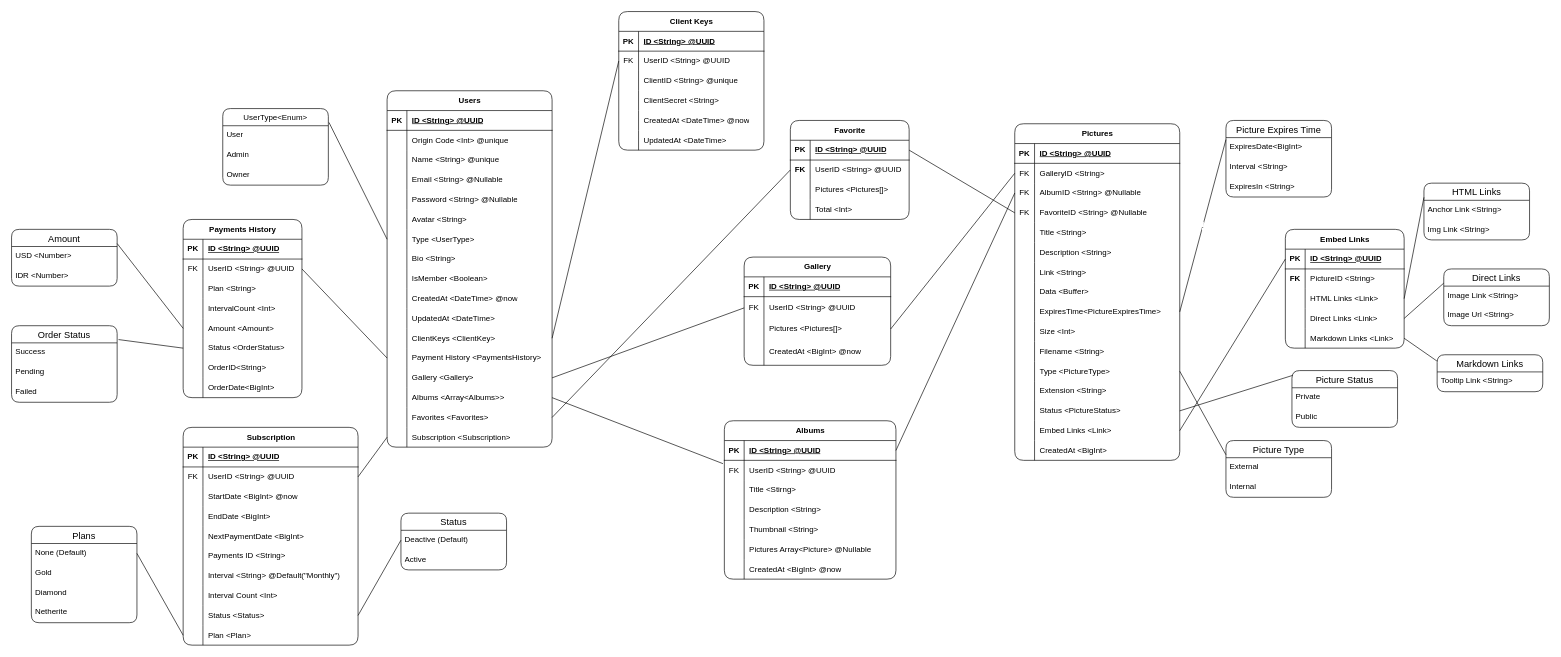
This is projects/models/v2/Pixelarium.drawio from Novanaa/Pixelarium, a draw.io file, before an edit. Source tidied: cells renumbered, new cells numbered last; positions are measured from the earlier drawing's top-left corner, leaving out a move shared by most shapes. Both pictures are drawn from the tidied source at 66%, with x=0, y=0 at pixel (11, 11).
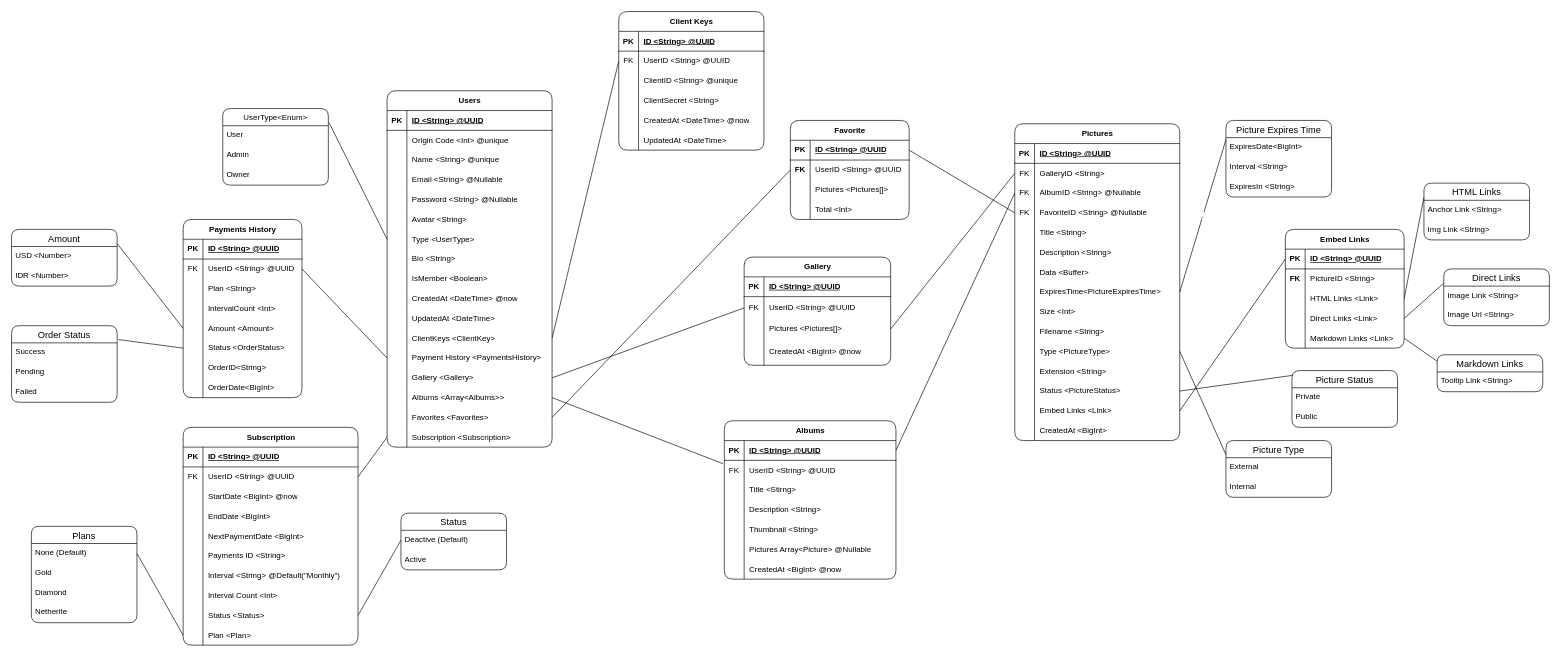
The same diagram, later.

Commit message (it also covers changes not shown here):
Removed link field in picture model

Diff of the diagram source:
```diff
@@
     <mxCell id="93" value="Pictures" style="shape=table;startSize=30;childLayout=tableLayout;rowLines=0;fontStyle=1;align=center;html=1;rounded=1;" parent="1" vertex="1">
-      <mxGeometry x="1520" y="170" width="250" height="510" as="geometry" />
+      <mxGeometry x="1520" y="170" width="250" height="480" as="geometry" />
     </mxCell>
@@
-    <mxCell id="112" style="shape=tableRow;horizontal=0;startSize=0;swimlaneHead=0;swimlaneBody=0;fillColor=none;top=0;left=0;right=0;bottom=0;" parent="93" vertex="1">
-      <mxGeometry y="210" width="250" height="30" as="geometry" />
-    </mxCell>
-    <mxCell id="113" style="shape=partialRectangle;fillColor=none;top=0;left=0;bottom=0;right=0;overflow=hidden;whiteSpace=wrap;html=1;" parent="112" vertex="1">
-      <mxGeometry width="30" height="30" as="geometry" />
-    </mxCell>
-    <mxCell id="114" value="Link &amp;lt;String&amp;gt;" style="shape=partialRectangle;fillColor=none;top=0;left=0;bottom=0;right=0;align=left;spacingLeft=6;overflow=hidden;whiteSpace=wrap;html=1;" parent="112" vertex="1">
-      <mxGeometry x="30" width="220" height="30" as="geometry" />
-    </mxCell>
     <mxCell id="115" style="shape=tableRow;horizontal=0;startSize=0;swimlaneHead=0;swimlaneBody=0;fillColor=none;top=0;left=0;right=0;bottom=0;" parent="93" vertex="1">
-      <mxGeometry y="240" width="250" height="30" as="geometry" />
+      <mxGeometry y="210" width="250" height="30" as="geometry" />
     </mxCell>
@@
     <mxCell id="118" style="shape=tableRow;horizontal=0;startSize=0;swimlaneHead=0;swimlaneBody=0;fillColor=none;points=[[0,0.5],[1,0.5]];portConstraint=eastwest;top=0;left=0;right=0;bottom=0;" parent="93" vertex="1">
-      <mxGeometry y="270" width="250" height="30" as="geometry" />
+      <mxGeometry y="240" width="250" height="30" as="geometry" />
     </mxCell>
@@
     <mxCell id="121" style="shape=tableRow;horizontal=0;startSize=0;swimlaneHead=0;swimlaneBody=0;fillColor=none;top=0;left=0;right=0;bottom=0;" parent="93" vertex="1">
-      <mxGeometry y="300" width="250" height="30" as="geometry" />
+      <mxGeometry y="270" width="250" height="30" as="geometry" />
     </mxCell>
@@
     <mxCell id="124" style="shape=tableRow;horizontal=0;startSize=0;swimlaneHead=0;swimlaneBody=0;fillColor=none;top=0;left=0;right=0;bottom=0;" parent="93" vertex="1">
-      <mxGeometry y="330" width="250" height="30" as="geometry" />
+      <mxGeometry y="300" width="250" height="30" as="geometry" />
     </mxCell>
@@
     <mxCell id="127" style="shape=tableRow;horizontal=0;startSize=0;swimlaneHead=0;swimlaneBody=0;fillColor=none;points=[[0,0.5],[1,0.5]];portConstraint=eastwest;top=0;left=0;right=0;bottom=0;" parent="93" vertex="1">
-      <mxGeometry y="360" width="250" height="30" as="geometry" />
+      <mxGeometry y="330" width="250" height="30" as="geometry" />
     </mxCell>
@@
     <mxCell id="130" style="shape=tableRow;horizontal=0;startSize=0;swimlaneHead=0;swimlaneBody=0;fillColor=none;top=0;left=0;right=0;bottom=0;" parent="93" vertex="1">
-      <mxGeometry y="390" width="250" height="30" as="geometry" />
+      <mxGeometry y="360" width="250" height="30" as="geometry" />
     </mxCell>
@@
     <mxCell id="133" style="shape=tableRow;horizontal=0;startSize=0;swimlaneHead=0;swimlaneBody=0;fillColor=none;points=[[0,0.5],[1,0.5]];portConstraint=eastwest;top=0;left=0;right=0;bottom=0;" parent="93" vertex="1">
-      <mxGeometry y="420" width="250" height="30" as="geometry" />
+      <mxGeometry y="390" width="250" height="30" as="geometry" />
     </mxCell>
@@
     <mxCell id="136" style="shape=tableRow;horizontal=0;startSize=0;swimlaneHead=0;swimlaneBody=0;fillColor=none;points=[[0,0.5],[1,0.5]];portConstraint=eastwest;top=0;left=0;right=0;bottom=0;" parent="93" vertex="1">
-      <mxGeometry y="450" width="250" height="30" as="geometry" />
+      <mxGeometry y="420" width="250" height="30" as="geometry" />
     </mxCell>
@@
     <mxCell id="139" style="shape=tableRow;horizontal=0;startSize=0;swimlaneHead=0;swimlaneBody=0;fillColor=none;top=0;left=0;right=0;bottom=0;" parent="93" vertex="1">
-      <mxGeometry y="480" width="250" height="30" as="geometry" />
+      <mxGeometry y="450" width="250" height="30" as="geometry" />
     </mxCell>
```
